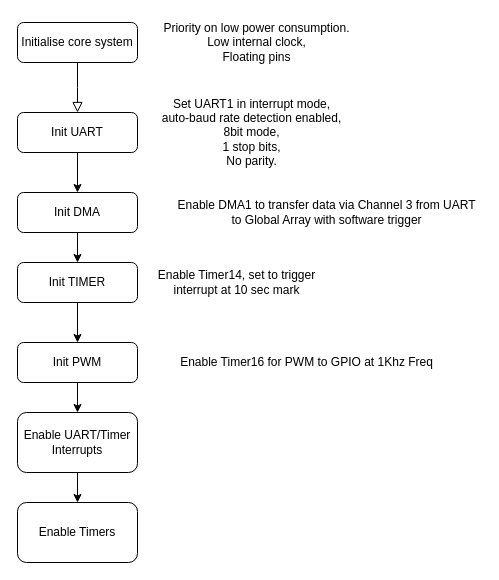
This is page "Init" (1 of 3) of Documentation/Flowchart.drawio from nagars/CPDM-IISc, a draw.io file, before an edit. Source tidied: cells renumbered, new cells numbered last; positions are measured from the earlier drawing's top-left corner, leaving out a move shared by most shapes. Both pictures are drawn from the tidied source at 100%, with x=0, y=0 at pixel (17, 17).
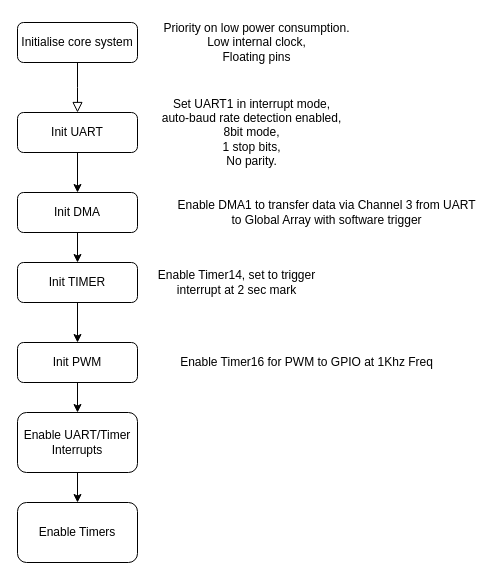
Above is the later version.

Diff of the diagram source:
```diff
@@
-    <mxCell id="14" value="Enable Timer14, set to trigger &lt;br&gt;interrupt at 10 sec mark" style="text;html=1;align=center;verticalAlign=middle;" parent="1" vertex="1">
+    <mxCell id="14" value="Enable Timer14, set to trigger &lt;br&gt;interrupt at 2 sec mark" style="text;html=1;align=center;verticalAlign=middle;" parent="1" vertex="1">
       <mxGeometry x="134" y="250" width="170" height="30" as="geometry" />
     </mxCell>
```
